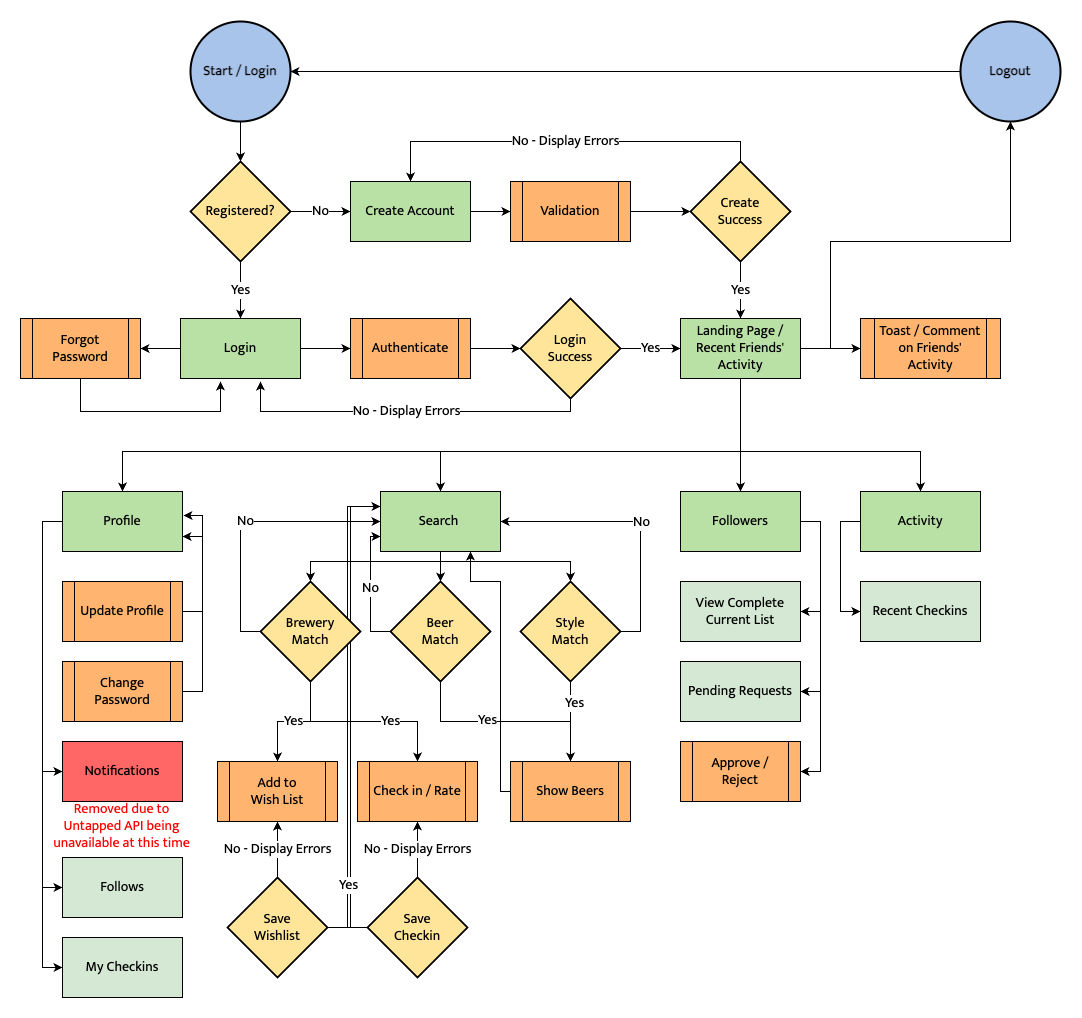
This is Hopps Hunter User Flow Diagram.png from shaunwo/hopps-hunter, a draw.io export, as it was before one commit. Source tidied: cells renumbered, new cells last; positions are measured from the earlier drawing's top-left corner, leaving out a move shared by most shapes.
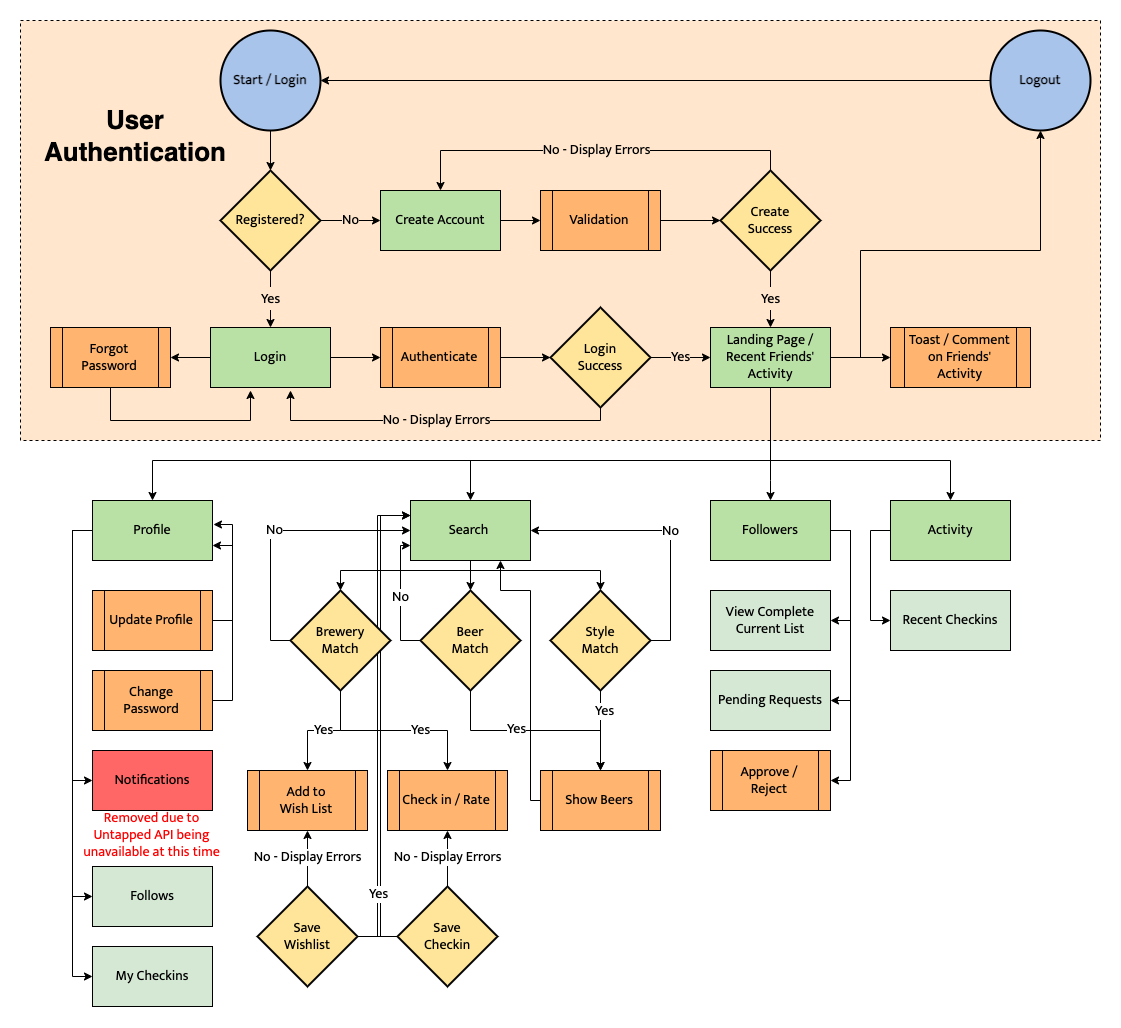
After the change.

Commit message:
Added visual designation for User Authentication parts of app

Change to the diagram source:
```diff
@@ -2,6 +2,9 @@
   <root>
     <mxCell id="0" />
     <mxCell id="1" parent="0" />
+    <mxCell id="84" style="rounded=0;whiteSpace=wrap;html=1;fillColor=#FFE6CC;shadow=0;dashed=1;" parent="1" vertex="1">
+      <mxGeometry x="-30" y="-10" width="1080" height="420" as="geometry" />
+    </mxCell>
     <mxCell id="2" style="edgeStyle=orthogonalEdgeStyle;rounded=0;jettySize=auto;html=1;exitX=1;exitY=0.5;exitDx=0;exitDy=0;exitPerimeter=0;entryX=0;entryY=0.25;entryDx=0;entryDy=0;fontColor=#000000;" parent="1" edge="1" source="81" target="37">
       <mxGeometry relative="1" as="geometry">
         <Array as="points">
@@ -24,10 +27,10 @@
     <mxCell id="6" value="Authenticate" style="shape=process;whiteSpace=wrap;html=1;backgroundOutline=1;fontFamily=Mukta;fontSource=https%3A%2F%2Ffonts.googleapis.com%2Fcss%3Ffamily%3DMukta;fontSize=14;fillColor=#FFB570;" parent="1" vertex="1">
       <mxGeometry x="330" y="297" width="120" height="60" as="geometry" />
     </mxCell>
-    <mxCell id="7" value="Yes" style="edgeStyle=orthogonalEdgeStyle;rounded=0;jettySize=auto;html=1;exitX=1;exitY=0.5;exitDx=0;exitDy=0;exitPerimeter=0;entryX=0;entryY=0.5;entryDx=0;entryDy=0;fontFamily=Mukta;fontSource=https%3A%2F%2Ffonts.googleapis.com%2Fcss%3Ffamily%3DMukta;fontSize=14;" parent="1" edge="1" source="9" target="29">
+    <mxCell id="7" value="&lt;span style=&quot;background-color: rgb(255, 230, 204);&quot;&gt;Yes&lt;/span&gt;" style="edgeStyle=orthogonalEdgeStyle;rounded=0;jettySize=auto;html=1;exitX=1;exitY=0.5;exitDx=0;exitDy=0;exitPerimeter=0;entryX=0;entryY=0.5;entryDx=0;entryDy=0;fontFamily=Mukta;fontSource=https%3A%2F%2Ffonts.googleapis.com%2Fcss%3Ffamily%3DMukta;fontSize=14;" parent="1" edge="1" source="9" target="29">
       <mxGeometry relative="1" as="geometry" />
     </mxCell>
-    <mxCell id="8" value="No - Display Errors" style="edgeStyle=orthogonalEdgeStyle;rounded=0;jettySize=auto;html=1;exitX=0.5;exitY=1;exitDx=0;exitDy=0;exitPerimeter=0;fontFamily=Mukta;fontSource=https%3A%2F%2Ffonts.googleapis.com%2Fcss%3Ffamily%3DMukta;fontSize=14;" parent="1" edge="1" source="9">
+    <mxCell id="8" value="&lt;span style=&quot;background-color: rgb(255, 230, 204);&quot;&gt;No - Display Errors&lt;/span&gt;" style="edgeStyle=orthogonalEdgeStyle;rounded=0;jettySize=auto;html=1;exitX=0.5;exitY=1;exitDx=0;exitDy=0;exitPerimeter=0;fontFamily=Mukta;fontSource=https%3A%2F%2Ffonts.googleapis.com%2Fcss%3Ffamily%3DMukta;fontSize=14;" parent="1" edge="1" source="9">
       <mxGeometry relative="1" as="geometry">
         <mxPoint x="240" y="360" as="targetPoint" />
         <Array as="points">
@@ -39,10 +42,10 @@
     <mxCell id="9" value="Login&lt;br&gt;Success" style="strokeWidth=2;html=1;shape=mxgraph.flowchart.decision;whiteSpace=wrap;fontFamily=Mukta;fontSource=https%3A%2F%2Ffonts.googleapis.com%2Fcss%3Ffamily%3DMukta;fontSize=14;fillColor=#FFE599;" parent="1" vertex="1">
       <mxGeometry x="500" y="277" width="100" height="100" as="geometry" />
     </mxCell>
-    <mxCell id="10" value="Yes" style="edgeStyle=orthogonalEdgeStyle;rounded=0;jettySize=auto;html=1;exitX=0.5;exitY=1;exitDx=0;exitDy=0;exitPerimeter=0;entryX=0.5;entryY=0;entryDx=0;entryDy=0;fontFamily=Mukta;fontSource=https%3A%2F%2Ffonts.googleapis.com%2Fcss%3Ffamily%3DMukta;fontSize=14;" parent="1" edge="1" source="12" target="15">
+    <mxCell id="10" value="&lt;span style=&quot;background-color: rgb(255, 230, 204);&quot;&gt;Yes&lt;/span&gt;" style="edgeStyle=orthogonalEdgeStyle;rounded=0;jettySize=auto;html=1;exitX=0.5;exitY=1;exitDx=0;exitDy=0;exitPerimeter=0;entryX=0.5;entryY=0;entryDx=0;entryDy=0;fontFamily=Mukta;fontSource=https%3A%2F%2Ffonts.googleapis.com%2Fcss%3Ffamily%3DMukta;fontSize=14;" parent="1" edge="1" source="12" target="15">
       <mxGeometry relative="1" as="geometry" />
     </mxCell>
-    <mxCell id="11" value="No" style="edgeStyle=orthogonalEdgeStyle;rounded=0;jettySize=auto;html=1;exitX=1;exitY=0.5;exitDx=0;exitDy=0;exitPerimeter=0;entryX=0;entryY=0.5;entryDx=0;entryDy=0;fontFamily=Mukta;fontSource=https%3A%2F%2Ffonts.googleapis.com%2Fcss%3Ffamily%3DMukta;fontSize=14;" parent="1" edge="1" source="12" target="17">
+    <mxCell id="11" value="&lt;span style=&quot;background-color: rgb(255, 230, 204);&quot;&gt;No&lt;/span&gt;" style="edgeStyle=orthogonalEdgeStyle;rounded=0;jettySize=auto;html=1;exitX=1;exitY=0.5;exitDx=0;exitDy=0;exitPerimeter=0;entryX=0;entryY=0.5;entryDx=0;entryDy=0;fontFamily=Mukta;fontSource=https%3A%2F%2Ffonts.googleapis.com%2Fcss%3Ffamily%3DMukta;fontSize=14;" parent="1" edge="1" source="12" target="17">
       <mxGeometry relative="1" as="geometry" />
     </mxCell>
     <mxCell id="12" value="Registered?" style="strokeWidth=2;html=1;shape=mxgraph.flowchart.decision;whiteSpace=wrap;fontFamily=Mukta;fontSource=https%3A%2F%2Ffonts.googleapis.com%2Fcss%3Ffamily%3DMukta;fontSize=14;fillColor=#FFE599;" parent="1" vertex="1">
@@ -63,10 +66,10 @@
     <mxCell id="17" value="Create Account" style="rounded=0;whiteSpace=wrap;html=1;fontFamily=Mukta;fontSource=https%3A%2F%2Ffonts.googleapis.com%2Fcss%3Ffamily%3DMukta;fontSize=14;fillColor=#B9E0A5;" parent="1" vertex="1">
       <mxGeometry x="330" y="160" width="120" height="60" as="geometry" />
     </mxCell>
-    <mxCell id="18" value="Yes" style="edgeStyle=orthogonalEdgeStyle;rounded=0;jettySize=auto;html=1;exitX=0.5;exitY=1;exitDx=0;exitDy=0;exitPerimeter=0;fontFamily=Mukta;fontSource=https%3A%2F%2Ffonts.googleapis.com%2Fcss%3Ffamily%3DMukta;fontSize=14;" parent="1" edge="1" source="20" target="29">
+    <mxCell id="18" value="&lt;span style=&quot;background-color: rgb(255, 230, 204);&quot;&gt;Yes&lt;/span&gt;" style="edgeStyle=orthogonalEdgeStyle;rounded=0;jettySize=auto;html=1;exitX=0.5;exitY=1;exitDx=0;exitDy=0;exitPerimeter=0;fontFamily=Mukta;fontSource=https%3A%2F%2Ffonts.googleapis.com%2Fcss%3Ffamily%3DMukta;fontSize=14;" parent="1" edge="1" source="20" target="29">
       <mxGeometry relative="1" as="geometry" />
     </mxCell>
-    <mxCell id="19" value="No - Display Errors" style="edgeStyle=orthogonalEdgeStyle;rounded=0;jettySize=auto;html=1;exitX=0.5;exitY=0;exitDx=0;exitDy=0;exitPerimeter=0;entryX=0.5;entryY=0;entryDx=0;entryDy=0;fontFamily=Mukta;fontSource=https%3A%2F%2Ffonts.googleapis.com%2Fcss%3Ffamily%3DMukta;fontSize=14;" parent="1" edge="1" source="20" target="17">
+    <mxCell id="19" value="&lt;span style=&quot;background-color: rgb(255, 230, 204);&quot;&gt;No - Display Errors&lt;/span&gt;" style="edgeStyle=orthogonalEdgeStyle;rounded=0;jettySize=auto;html=1;exitX=0.5;exitY=0;exitDx=0;exitDy=0;exitPerimeter=0;entryX=0.5;entryY=0;entryDx=0;entryDy=0;fontFamily=Mukta;fontSource=https%3A%2F%2Ffonts.googleapis.com%2Fcss%3Ffamily%3DMukta;fontSize=14;" parent="1" edge="1" source="20" target="17">
       <mxGeometry relative="1" as="geometry" />
     </mxCell>
     <mxCell id="20" value="Create&lt;br&gt;Success" style="strokeWidth=2;html=1;shape=mxgraph.flowchart.decision;whiteSpace=wrap;fontFamily=Mukta;fontSource=https%3A%2F%2Ffonts.googleapis.com%2Fcss%3Ffamily%3DMukta;fontSize=14;fillColor=#FFE599;" parent="1" vertex="1">
@@ -323,5 +326,8 @@
         <mxPoint y="1" as="offset" />
       </mxGeometry>
     </mxCell>
+    <mxCell id="85" value="&lt;div style=&quot;&quot;&gt;&lt;b style=&quot;background-color: initial; font-size: 26px;&quot;&gt;User&lt;/b&gt;&lt;/div&gt;&lt;b style=&quot;font-size: 26px;&quot;&gt;&lt;div style=&quot;&quot;&gt;&lt;b style=&quot;background-color: initial;&quot;&gt;Authentication&lt;/b&gt;&lt;/div&gt;&lt;/b&gt;" style="text;html=1;strokeColor=none;fillColor=none;align=center;verticalAlign=middle;whiteSpace=wrap;rounded=0;shadow=0;dashed=1;" parent="1" vertex="1">
+      <mxGeometry x="55" y="91" width="60" height="30" as="geometry" />
+    </mxCell>
   </root>
 </mxGraphModel>
```
